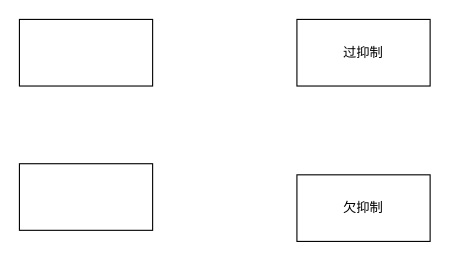
Before: lossfunc.drawio in linan2/A-Convolutional-Recurrent-Neural-Network-for-Real-Time-Speech-Enhancement, a draw.io diagram. Source tidied: cells renumbered, new cells numbered last; positions are measured from the earlier drawing's top-left corner, leaving out a move shared by most shapes. Both pictures are drawn from the tidied source at 111%, with x=0, y=0 at pixel (19, 19).
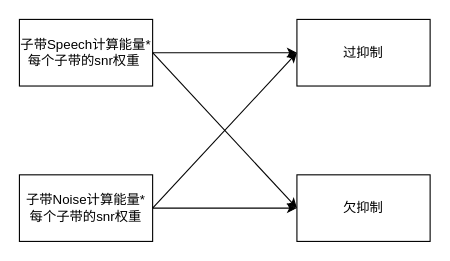
After the change.

The edit, as a diff of the source:
```diff
@@
 <mxGraphModel>
   <root>
     <mxCell id="0" />
     <mxCell id="1" parent="0" />
+    <mxCell id="6" style="edgeStyle=orthogonalEdgeStyle;rounded=0;jettySize=auto;html=1;exitX=1;exitY=0.5;exitDx=0;exitDy=0;entryX=0;entryY=0.5;entryDx=0;entryDy=0;" parent="1" edge="1" source="2" target="4">
+      <mxGeometry relative="1" as="geometry" />
+    </mxCell>
-    <mxCell id="2" style="rounded=0;whiteSpace=wrap;html=1;" parent="1" vertex="1">
+    <mxCell id="2" value="子带Speech计算能量*每个子带的snr权重&amp;nbsp;" style="rounded=0;whiteSpace=wrap;html=1;" parent="1" vertex="1">
       <mxGeometry width="120" height="60" as="geometry" />
     </mxCell>
+    <mxCell id="7" style="edgeStyle=orthogonalEdgeStyle;rounded=0;jettySize=auto;html=1;exitX=1;exitY=0.5;exitDx=0;exitDy=0;" parent="1" edge="1" source="3">
+      <mxGeometry relative="1" as="geometry">
+        <mxPoint x="250" y="170" as="targetPoint" />
+      </mxGeometry>
+    </mxCell>
-    <mxCell id="3" style="rounded=0;whiteSpace=wrap;html=1;" parent="1" vertex="1">
-      <mxGeometry y="130" width="120" height="60" as="geometry" />
+    <mxCell id="3" value="子带Noise计算能量*每个子带的snr权重" style="rounded=0;whiteSpace=wrap;html=1;" parent="1" vertex="1">
+      <mxGeometry y="140" width="120" height="60" as="geometry" />
     </mxCell>
     <mxCell id="4" value="过抑制" style="rounded=0;whiteSpace=wrap;html=1;" parent="1" vertex="1">
       <mxGeometry x="250" width="120" height="60" as="geometry" />
     </mxCell>
     <mxCell id="5" value="欠抑制" style="rounded=0;whiteSpace=wrap;html=1;" parent="1" vertex="1">
       <mxGeometry x="250" y="140" width="120" height="60" as="geometry" />
     </mxCell>
+    <mxCell id="8" style="endArrow=classic;html=1;rounded=0;exitX=1;exitY=0.5;exitDx=0;exitDy=0;entryX=0;entryY=0.5;entryDx=0;entryDy=0;" parent="1" edge="1" source="2" target="5">
+      <mxGeometry relative="1" as="geometry" />
+    </mxCell>
+    <mxCell id="9" style="endArrow=classic;html=1;rounded=0;exitX=1;exitY=0.5;exitDx=0;exitDy=0;entryX=0;entryY=0.5;entryDx=0;entryDy=0;" parent="1" edge="1" source="3" target="4">
+      <mxGeometry relative="1" as="geometry" />
+    </mxCell>
   </root>
 </mxGraphModel>
```
